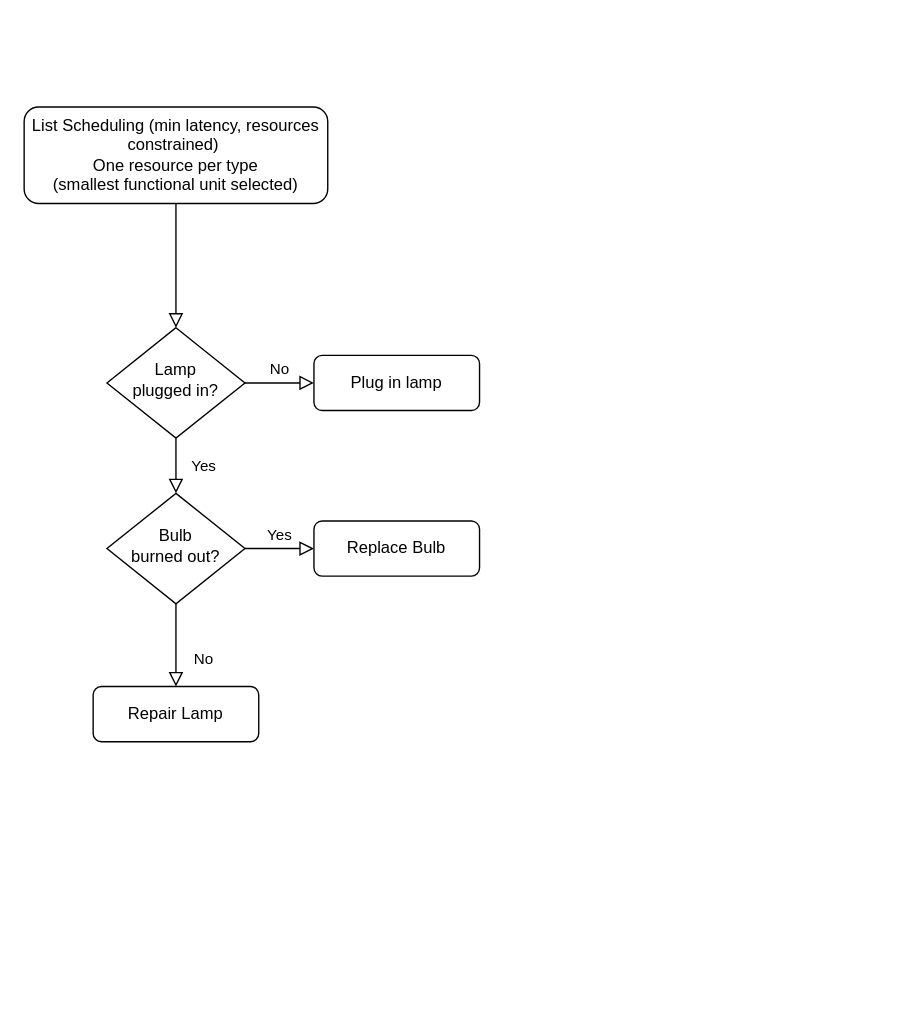
steno97/HLS keeps this draw.io diagram as Untitled Diagram.drawio. Above is the earlier version. Source tidied: cells renumbered, new cells numbered last; positions are measured from the earlier drawing's top-left corner, leaving out a move shared by most shapes. Both pictures are drawn from the tidied source at 138%, with x=0, y=0 at pixel (23, 106).
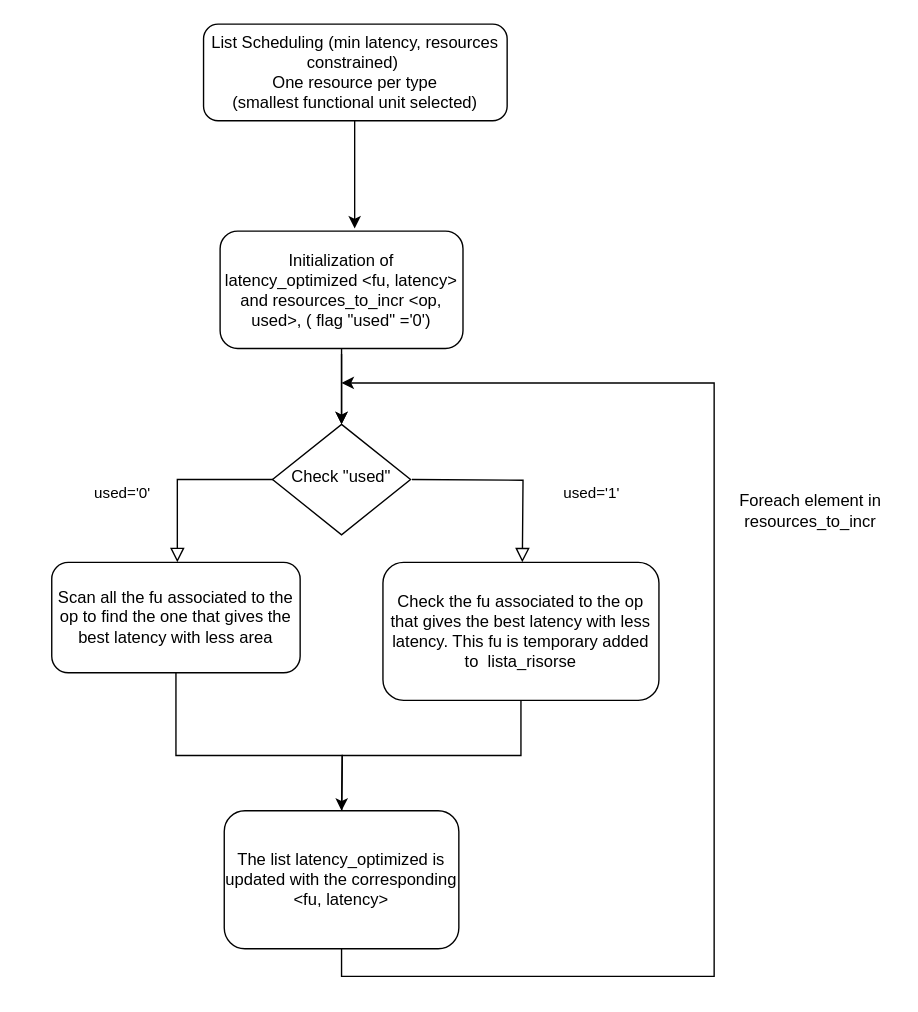
The same diagram, later.

What changed in the source:
```diff
@@
-    <mxCell id="2" style="rounded=0;html=1;jettySize=auto;fontSize=11;endArrow=block;endFill=0;endSize=8;strokeWidth=1;shadow=0;labelBackgroundColor=none;edgeStyle=orthogonalEdgeStyle;" parent="1" edge="1" source="3" target="6">
-      <mxGeometry relative="1" as="geometry" />
-    </mxCell>
     <mxCell id="3" value="List Scheduling (min latency, resources constrained)&amp;nbsp;&lt;br&gt;One resource per type &lt;br&gt;(smallest functional unit selected)" style="rounded=1;whiteSpace=wrap;html=1;fontSize=12;glass=0;strokeWidth=1;shadow=0;" parent="1" vertex="1">
-      <mxGeometry width="220" height="70" as="geometry" />
+      <mxGeometry x="130" y="-60" width="220" height="70" as="geometry" />
     </mxCell>
-    <mxCell id="4" value="Yes" style="rounded=0;html=1;jettySize=auto;fontSize=11;endArrow=block;endFill=0;endSize=8;strokeWidth=1;shadow=0;labelBackgroundColor=none;edgeStyle=orthogonalEdgeStyle;" parent="1" edge="1" source="6" target="10">
-      <mxGeometry y="20" relative="1" as="geometry" />
+    <mxCell id="4" value="used='0'" style="rounded=0;html=1;jettySize=auto;orthogonalLoop=1;fontSize=11;endArrow=block;endFill=0;endSize=8;strokeWidth=1;shadow=0;labelBackgroundColor=none;edgeStyle=orthogonalEdgeStyle;" parent="1" edge="1">
+      <mxGeometry x="0.23" y="-40" relative="1" as="geometry">
+        <mxPoint x="181" y="270" as="sourcePoint" />
+        <mxPoint x="111" y="330" as="targetPoint" />
+        <Array as="points">
+          <mxPoint x="111" y="270" />
+        </Array>
+      </mxGeometry>
     </mxCell>
-    <mxCell id="5" value="No" style="edgeStyle=orthogonalEdgeStyle;rounded=0;html=1;jettySize=auto;fontSize=11;endArrow=block;endFill=0;endSize=8;strokeWidth=1;shadow=0;labelBackgroundColor=none;" parent="1" edge="1" source="6" target="7">
-      <mxGeometry y="10" relative="1" as="geometry" />
-    </mxCell>
-    <mxCell id="6" value="Lamp&lt;br&gt;plugged in?" style="rhombus;whiteSpace=wrap;html=1;shadow=0;fontFamily=Helvetica;fontSize=12;align=center;strokeWidth=1;spacing=6;spacingTop=-4;" parent="1" vertex="1">
-      <mxGeometry x="60" y="160" width="100" height="80" as="geometry" />
+    <mxCell id="6" value="Check &quot;used&quot;" style="rhombus;whiteSpace=wrap;html=1;shadow=0;fontFamily=Helvetica;fontSize=12;align=center;strokeWidth=1;spacing=6;spacingTop=-4;" parent="1" vertex="1">
+      <mxGeometry x="180" y="230" width="100" height="80" as="geometry" />
     </mxCell>
-    <mxCell id="7" value="Plug in lamp" style="rounded=1;whiteSpace=wrap;html=1;fontSize=12;glass=0;strokeWidth=1;shadow=0;" parent="1" vertex="1">
-      <mxGeometry x="210" y="180" width="120" height="40" as="geometry" />
-    </mxCell>
-    <mxCell id="8" value="No" style="rounded=0;html=1;jettySize=auto;fontSize=11;endArrow=block;endFill=0;endSize=8;strokeWidth=1;shadow=0;labelBackgroundColor=none;edgeStyle=orthogonalEdgeStyle;" parent="1" edge="1" source="10" target="11">
-      <mxGeometry x="0.33" y="20" relative="1" as="geometry" />
+    <mxCell id="8" value="used='1'" style="rounded=0;html=1;jettySize=auto;orthogonalLoop=1;fontSize=11;endArrow=block;endFill=0;endSize=8;strokeWidth=1;shadow=0;labelBackgroundColor=none;edgeStyle=orthogonalEdgeStyle;" parent="1" edge="1">
+      <mxGeometry x="0.29" y="50" relative="1" as="geometry">
+        <mxPoint x="281" y="270" as="sourcePoint" />
+        <mxPoint x="361" y="330" as="targetPoint" />
+      </mxGeometry>
     </mxCell>
-    <mxCell id="9" value="Yes" style="edgeStyle=orthogonalEdgeStyle;rounded=0;html=1;jettySize=auto;fontSize=11;endArrow=block;endFill=0;endSize=8;strokeWidth=1;shadow=0;labelBackgroundColor=none;" parent="1" edge="1" source="10" target="12">
-      <mxGeometry y="10" relative="1" as="geometry" />
-    </mxCell>
-    <mxCell id="10" value="Bulb&lt;br&gt;burned out?" style="rhombus;whiteSpace=wrap;html=1;shadow=0;fontFamily=Helvetica;fontSize=12;align=center;strokeWidth=1;spacing=6;spacingTop=-4;" parent="1" vertex="1">
-      <mxGeometry x="60" y="280" width="100" height="80" as="geometry" />
-    </mxCell>
-    <mxCell id="11" value="Repair Lamp" style="rounded=1;whiteSpace=wrap;html=1;fontSize=12;glass=0;strokeWidth=1;shadow=0;" parent="1" vertex="1">
-      <mxGeometry x="50" y="420" width="120" height="40" as="geometry" />
-    </mxCell>
-    <mxCell id="12" value="Replace Bulb" style="rounded=1;whiteSpace=wrap;html=1;fontSize=12;glass=0;strokeWidth=1;shadow=0;" parent="1" vertex="1">
-      <mxGeometry x="210" y="300" width="120" height="40" as="geometry" />
-    </mxCell>
+    <mxCell id="13" style="edgeStyle=orthogonalEdgeStyle;rounded=0;jettySize=auto;html=1;" parent="1" edge="1" source="14" target="6">
+      <mxGeometry relative="1" as="geometry" />
+    </mxCell>
+    <mxCell id="14" value="Initialization of latency_optimized &amp;lt;fu, latency&amp;gt; and resources_to_incr &amp;lt;op, used&amp;gt;, ( flag &quot;used&quot; ='0')" style="rounded=1;whiteSpace=wrap;html=1;" parent="1" vertex="1">
+      <mxGeometry x="142" y="90" width="176" height="85" as="geometry" />
+    </mxCell>
+    <mxCell id="15" style="endArrow=classic;html=1;" parent="1" edge="1">
+      <mxGeometry relative="1" as="geometry">
+        <mxPoint x="239.5" y="10" as="sourcePoint" />
+        <mxPoint x="239.5" y="88" as="targetPoint" />
+      </mxGeometry>
+    </mxCell>
+    <mxCell id="16" style="endArrow=classic;html=1;entryX=0.5;entryY=0;entryDx=0;entryDy=0;" parent="1" edge="1" target="6">
+      <mxGeometry relative="1" as="geometry">
+        <mxPoint x="230" y="179" as="sourcePoint" />
+      </mxGeometry>
+    </mxCell>
+    <mxCell id="17" style="edgeStyle=orthogonalEdgeStyle;rounded=0;jettySize=auto;html=1;exitX=0.5;exitY=1;exitDx=0;exitDy=0;" parent="1" edge="1" source="18">
+      <mxGeometry relative="1" as="geometry">
+        <mxPoint x="230" y="530" as="targetPoint" />
+      </mxGeometry>
+    </mxCell>
+    <mxCell id="18" value="Scan all the fu associated to the op to find the one that gives the best latency with less area" style="rounded=1;whiteSpace=wrap;html=1;fontSize=12;glass=0;strokeWidth=1;shadow=0;" parent="1" vertex="1">
+      <mxGeometry x="20" y="330" width="180" height="80" as="geometry" />
+    </mxCell>
+    <mxCell id="19" style="edgeStyle=orthogonalEdgeStyle;rounded=0;jettySize=auto;html=1;exitX=0.5;exitY=1;exitDx=0;exitDy=0;" parent="1" edge="1" source="20">
+      <mxGeometry relative="1" as="geometry">
+        <mxPoint x="230" y="200" as="targetPoint" />
+        <Array as="points">
+          <mxPoint x="230" y="630" />
+          <mxPoint x="500" y="630" />
+          <mxPoint x="500" y="200" />
+        </Array>
+      </mxGeometry>
+    </mxCell>
+    <mxCell id="20" value="The list latency_optimized is updated with the corresponding &amp;lt;fu, latency&amp;gt;" style="whiteSpace=wrap;html=1;rounded=1;shadow=0;strokeWidth=1;glass=0;" parent="1" vertex="1">
+      <mxGeometry x="145" y="510" width="170" height="100" as="geometry" />
+    </mxCell>
+    <mxCell id="21" style="edgeStyle=orthogonalEdgeStyle;rounded=0;jettySize=auto;html=1;exitX=0.5;exitY=1;exitDx=0;exitDy=0;" parent="1" edge="1" source="22">
+      <mxGeometry relative="1" as="geometry">
+        <mxPoint x="230" y="510" as="targetPoint" />
+      </mxGeometry>
+    </mxCell>
+    <mxCell id="22" value="Check the fu associated to the op that gives the best latency with less latency. This fu is temporary added to&amp;nbsp; lista_risorse" style="rounded=1;whiteSpace=wrap;html=1;" parent="1" vertex="1">
+      <mxGeometry x="260" y="330" width="200" height="100" as="geometry" />
+    </mxCell>
+    <mxCell id="23" value="Foreach element in resources_to_incr" style="text;html=1;strokeColor=none;fillColor=none;align=center;verticalAlign=middle;whiteSpace=wrap;rounded=0;" parent="1" vertex="1">
+      <mxGeometry x="510" y="265" width="120" height="55" as="geometry" />
+    </mxCell>
```
